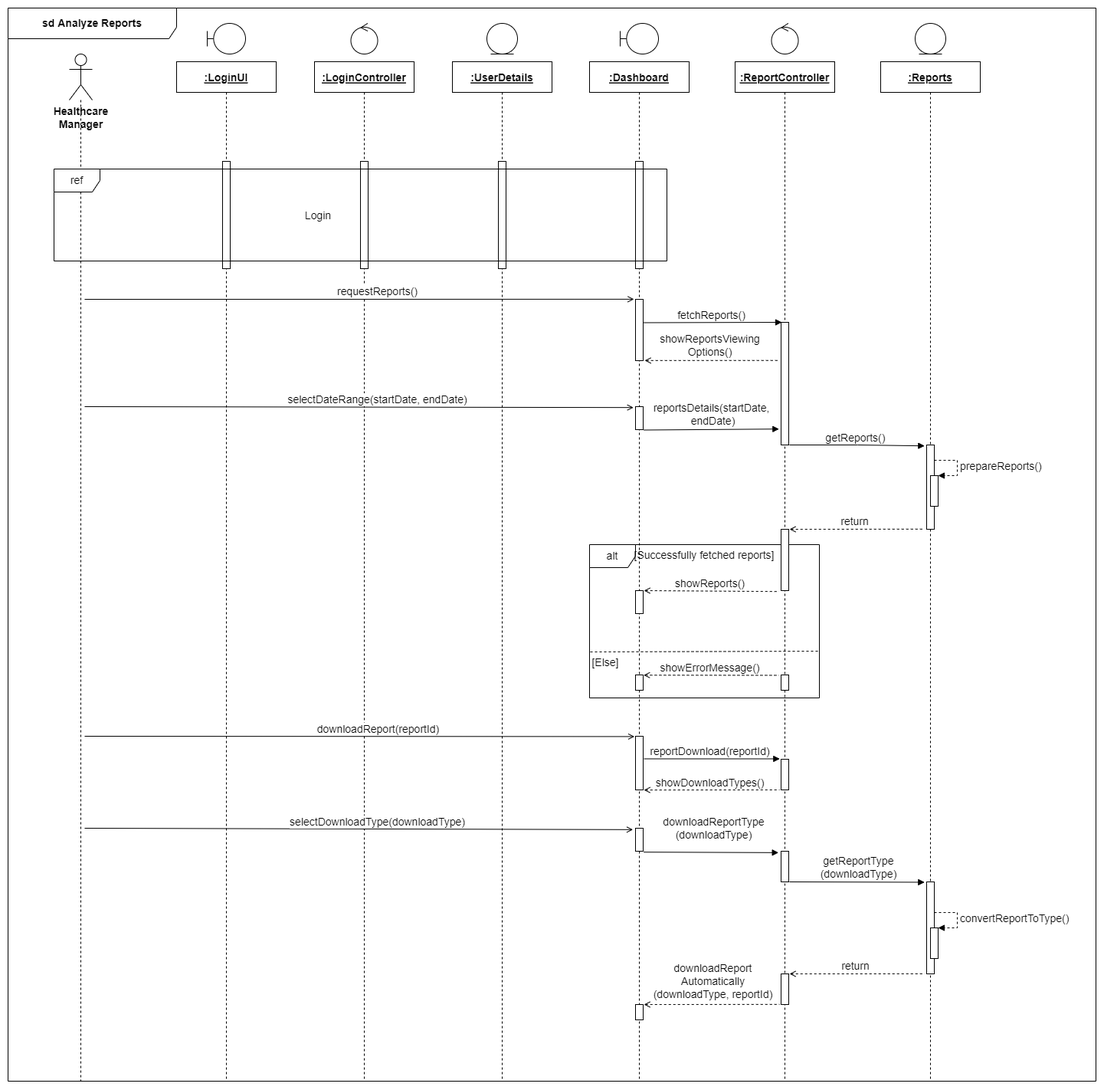
Before: docs/sequence-diagrams/Healthcare Manager Report Analysis-Yohan.png, a diagram exported from draw.io (RadithSandeepa/healthcare-system). Source tidied: cells renumbered, new cells last; positions are measured from the earlier drawing's top-left corner, leaving out a move shared by most shapes.
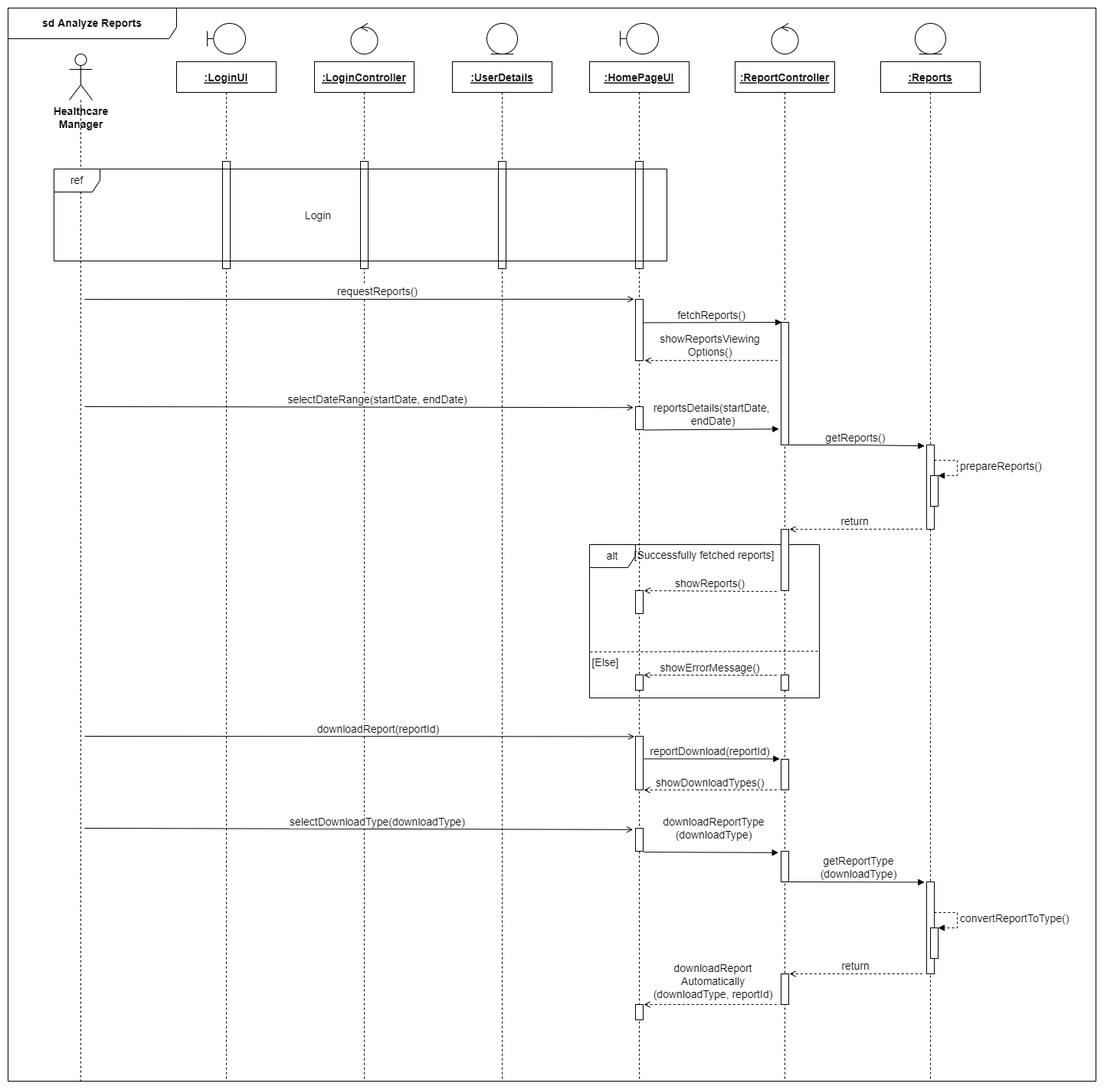
Later version of the same file.

Change to the diagram source:
```diff
@@ -69,7 +69,7 @@
         <mxPoint x="-11" y="-10" as="offset" />
       </mxGeometry>
     </mxCell>
-    <mxCell id="21" value=":Dashboard" style="shape=umlLifeline;perimeter=lifelinePerimeter;rounded=0;shadow=0;strokeWidth=1;fontStyle=5;fontSize=14;" parent="1" vertex="1">
+    <mxCell id="21" value=":HomePageUI" style="shape=umlLifeline;perimeter=lifelinePerimeter;rounded=0;shadow=0;strokeWidth=1;fontStyle=5;fontSize=14;" parent="1" vertex="1">
       <mxGeometry x="759" y="70" width="130" height="1330" as="geometry" />
     </mxCell>
     <mxCell id="22" style="html=1;perimeter=orthogonalPerimeter;fontSize=14;" parent="21" vertex="1">
```
